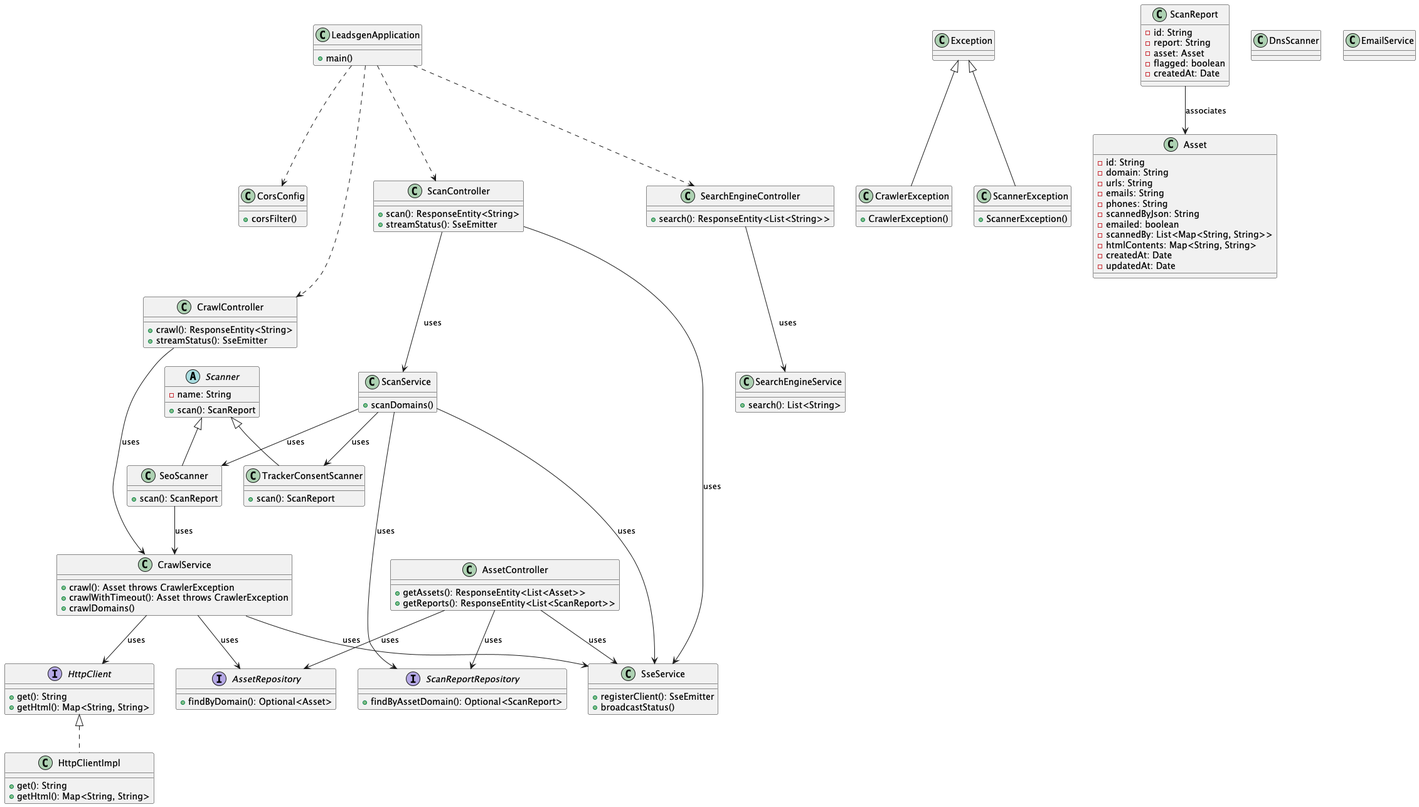
Above: class_diagram.png in linx02/website-scanning-tool (PlantUML), before the change.
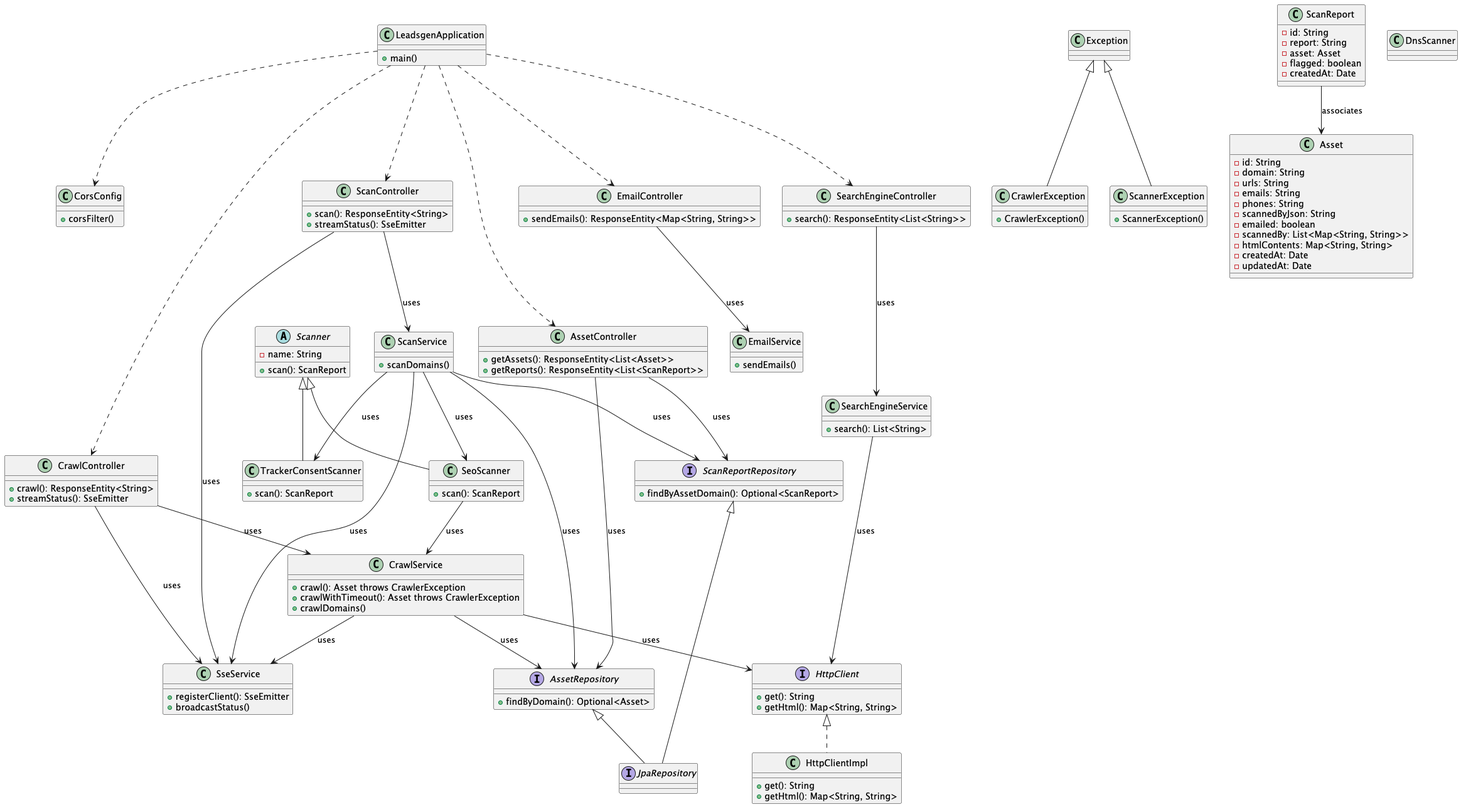
After the change.

Commit message:
Update class diagram

Diff of the diagram source:
```diff
@@ -16,6 +16,10 @@
 class ScanController {
     + scan(): ResponseEntity<String>
     + streamStatus(): SseEmitter
+}
+
+class EmailController {
+    + sendEmails(): ResponseEntity<Map<String, String>>
 }
 
 class SearchEngineController {
@@ -106,6 +110,7 @@
 }
 
 class EmailService {
+    + sendEmails()
 }
 
 class LeadsgenApplication {
@@ -114,12 +119,13 @@
 
 AssetController --> AssetRepository : uses
 AssetController --> ScanReportRepository : uses
-AssetController --> SseService : uses
 
 CrawlController --> CrawlService : uses
+CrawlController --> SseService : uses
 ScanController --> ScanService : uses
 ScanController --> SseService : uses
 SearchEngineController --> SearchEngineService : uses
+EmailController --> EmailService : uses
 
 ScanReport --> Asset : associates
 
@@ -127,6 +133,8 @@
 CrawlService --> AssetRepository : uses
 CrawlService --> SseService : uses
 
+
+ScanService --> AssetRepository : uses
 ScanService --> ScanReportRepository : uses
 ScanService --> SeoScanner : uses
 ScanService --> TrackerConsentScanner : uses
@@ -138,6 +146,14 @@
 LeadsgenApplication ..> CrawlController
 LeadsgenApplication ..> ScanController
 LeadsgenApplication ..> SearchEngineController
+LeadsgenApplication ..> EmailController
+LeadsgenApplication ..> AssetController
 
+SearchEngineService --> HttpClient : uses
+
+interface JpaRepository
+
+AssetRepository <|-- JpaRepository
+ScanReportRepository <|-- JpaRepository
 
 @enduml
```
